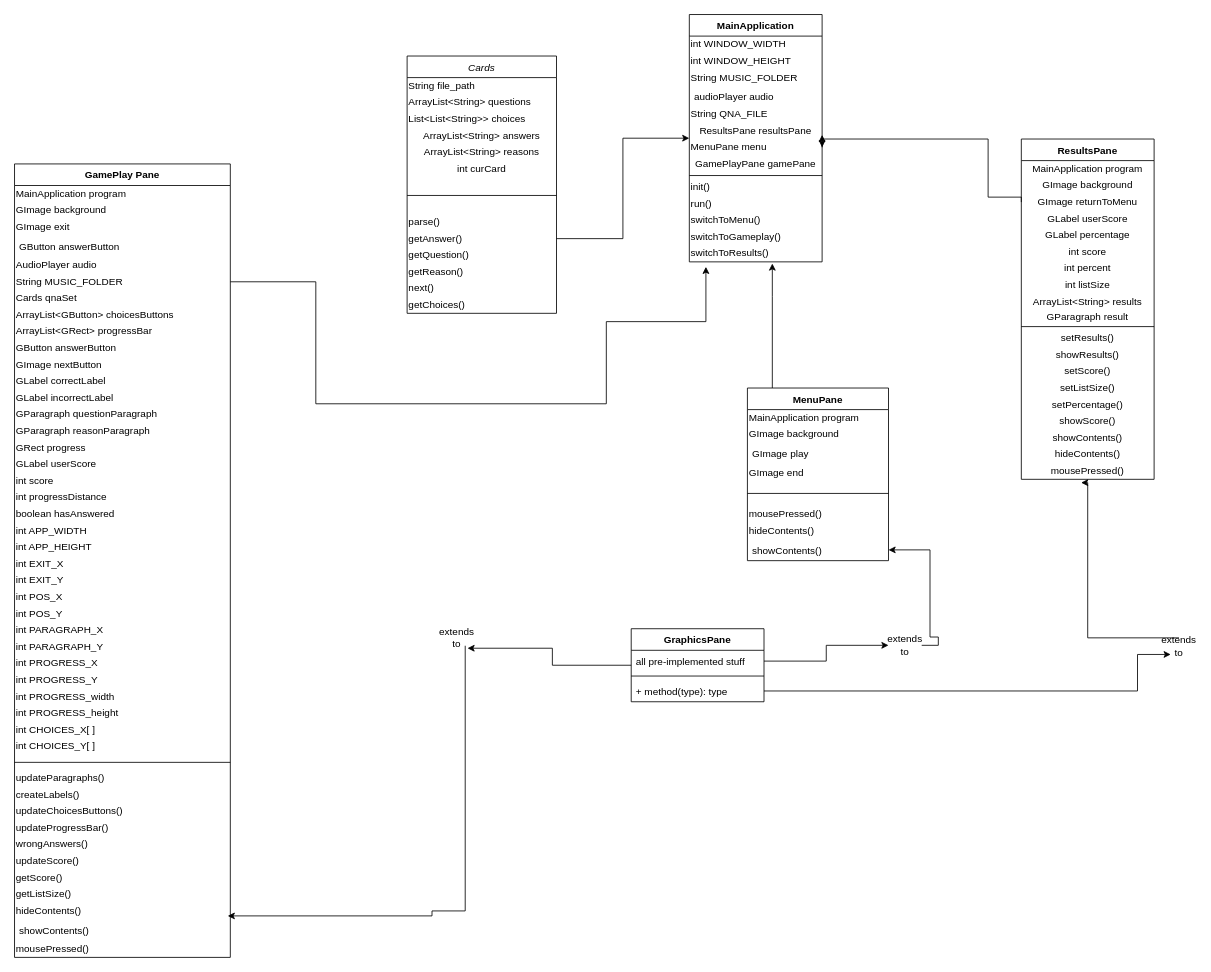
Earlier version of the draw.io diagram Untitled Diagram.drawio (Prot0ast/Repository-Name). Source tidied: cells renumbered, new cells numbered last; positions are measured from the earlier drawing's top-left corner, leaving out a move shared by most shapes. Both pictures are drawn from the tidied source at 83%, with x=0, y=0 at pixel (14, 14).
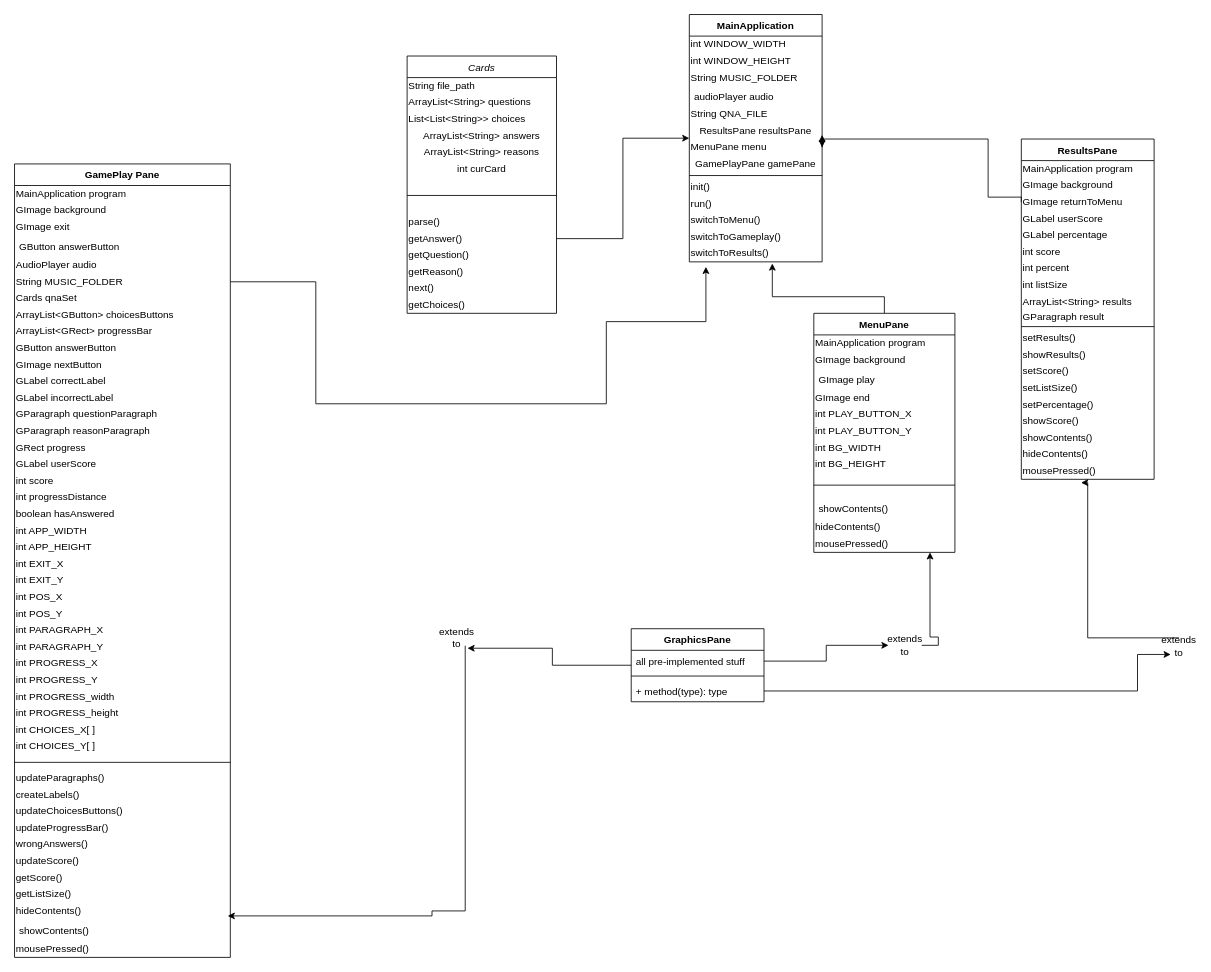
After the change.

Unchanged cells that the change refers to:
```xml
<mxCell id="99" value="extends to" style="text;html=1;strokeColor=none;fillColor=none;align=center;verticalAlign=middle;whiteSpace=wrap;rounded=0;" parent="1" vertex="1">
  <mxGeometry x="1053" y="750" width="40" height="20" as="geometry" />
</mxCell>
<mxCell id="101" value="ResultsPane" style="swimlane;fontStyle=1;align=center;verticalAlign=top;horizontal=1;startSize=26;" parent="1" vertex="1">
  <mxGeometry x="1213" y="150" width="160" height="410" as="geometry" />
</mxCell>
```

Change to the diagram source:
```diff
@@
     <mxCell id="17" value="MenuPane" style="swimlane;fontStyle=1;align=center;verticalAlign=top;horizontal=1;startSize=26;" parent="1" vertex="1">
-      <mxGeometry x="883" y="450" width="170" height="208" as="geometry" />
+      <mxGeometry x="963" y="360" width="170" height="288" as="geometry" />
     </mxCell>
@@
+    <mxCell id="126" value="&lt;div align=&quot;left&quot;&gt;int PLAY_BUTTON_X&lt;/div&gt;" style="text;html=1;strokeColor=none;fillColor=none;align=left;verticalAlign=middle;whiteSpace=wrap;rounded=0;" parent="17" vertex="1">
+      <mxGeometry y="112" width="170" height="20" as="geometry" />
+    </mxCell>
+    <mxCell id="127" value="&lt;div align=&quot;left&quot;&gt;int PLAY_BUTTON_Y&lt;/div&gt;" style="text;html=1;strokeColor=none;fillColor=none;align=left;verticalAlign=middle;whiteSpace=wrap;rounded=0;" parent="17" vertex="1">
+      <mxGeometry y="132" width="170" height="20" as="geometry" />
+    </mxCell>
+    <mxCell id="128" value="&lt;div align=&quot;left&quot;&gt;int BG_WIDTH&lt;/div&gt;" style="text;html=1;strokeColor=none;fillColor=none;align=left;verticalAlign=middle;whiteSpace=wrap;rounded=0;" parent="17" vertex="1">
+      <mxGeometry y="152" width="170" height="20" as="geometry" />
+    </mxCell>
+    <mxCell id="129" value="&lt;div align=&quot;left&quot;&gt;int BG_HEIGHT&lt;/div&gt;" style="text;html=1;strokeColor=none;fillColor=none;align=left;verticalAlign=middle;whiteSpace=wrap;rounded=0;" parent="17" vertex="1">
+      <mxGeometry y="172" width="170" height="20" as="geometry" />
+    </mxCell>
     <mxCell id="22" style="line;strokeWidth=1;fillColor=none;align=left;verticalAlign=middle;spacingTop=-1;spacingLeft=3;spacingRight=3;labelPosition=right;" parent="17" vertex="1">
-      <mxGeometry y="112" width="170" height="30" as="geometry" />
+      <mxGeometry y="192" width="170" height="30" as="geometry" />
     </mxCell>
+    <mxCell id="25" value="showContents()" style="text;strokeColor=none;fillColor=none;align=left;verticalAlign=top;spacingLeft=4;spacingRight=4;overflow=hidden;" parent="17" vertex="1">
+      <mxGeometry y="222" width="170" height="26" as="geometry" />
+    </mxCell>
+    <mxCell id="24" value="&lt;div align=&quot;left&quot;&gt;hideContents()&lt;/div&gt;" style="text;html=1;strokeColor=none;fillColor=none;align=left;verticalAlign=middle;whiteSpace=wrap;rounded=0;" parent="17" vertex="1">
+      <mxGeometry y="248" width="170" height="20" as="geometry" />
+    </mxCell>
     <mxCell id="23" value="&lt;div align=&quot;left&quot;&gt;mousePressed()&lt;/div&gt;" style="text;html=1;strokeColor=none;fillColor=none;align=left;verticalAlign=middle;whiteSpace=wrap;rounded=0;" parent="17" vertex="1">
-      <mxGeometry y="142" width="170" height="20" as="geometry" />
+      <mxGeometry y="268" width="170" height="20" as="geometry" />
     </mxCell>
-    <mxCell id="24" value="&lt;div align=&quot;left&quot;&gt;hideContents()&lt;/div&gt;" style="text;html=1;strokeColor=none;fillColor=none;align=left;verticalAlign=middle;whiteSpace=wrap;rounded=0;" parent="17" vertex="1">
-      <mxGeometry y="162" width="170" height="20" as="geometry" />
-    </mxCell>
-    <mxCell id="25" value="showContents()" style="text;strokeColor=none;fillColor=none;align=left;verticalAlign=top;spacingLeft=4;spacingRight=4;overflow=hidden;" parent="17" vertex="1">
-      <mxGeometry y="182" width="170" height="26" as="geometry" />
-    </mxCell>
@@
-    <mxCell id="96" style="edgeStyle=orthogonalEdgeStyle;rounded=0;jettySize=auto;html=1;exitX=1;exitY=0.5;exitDx=0;exitDy=0;" parent="1" edge="1" source="99">
+    <mxCell id="96" style="edgeStyle=orthogonalEdgeStyle;rounded=0;jettySize=auto;html=1;exitX=1;exitY=0.5;exitDx=0;exitDy=0;" parent="1" edge="1" source="99" target="23">
       <mxGeometry relative="1" as="geometry">
-        <mxPoint x="1053" y="645" as="targetPoint" />
         <Array as="points">
           <mxPoint x="1113" y="760" />
           <mxPoint x="1113" y="750" />
           <mxPoint x="1103" y="750" />
-          <mxPoint x="1103" y="645" />
         </Array>
       </mxGeometry>
     </mxCell>
@@
-    <mxCell id="102" value="MainApplication program" style="text;html=1;strokeColor=none;fillColor=none;align=center;verticalAlign=middle;whiteSpace=wrap;rounded=0;" parent="101" vertex="1">
+    <mxCell id="102" value="&lt;div align=&quot;left&quot;&gt;MainApplication program&lt;/div&gt;" style="text;html=1;strokeColor=none;fillColor=none;align=left;verticalAlign=middle;whiteSpace=wrap;rounded=0;" parent="101" vertex="1">
       <mxGeometry y="26" width="160" height="20" as="geometry" />
     </mxCell>
-    <mxCell id="103" value="GImage background" style="text;html=1;strokeColor=none;fillColor=none;align=center;verticalAlign=middle;whiteSpace=wrap;rounded=0;" parent="101" vertex="1">
+    <mxCell id="103" value="&lt;div align=&quot;left&quot;&gt;GImage background&lt;/div&gt;" style="text;html=1;strokeColor=none;fillColor=none;align=left;verticalAlign=middle;whiteSpace=wrap;rounded=0;" parent="101" vertex="1">
       <mxGeometry y="46" width="160" height="20" as="geometry" />
     </mxCell>
-    <mxCell id="104" value="GImage returnToMenu" style="text;html=1;strokeColor=none;fillColor=none;align=center;verticalAlign=middle;whiteSpace=wrap;rounded=0;" parent="101" vertex="1">
+    <mxCell id="104" value="&lt;div align=&quot;left&quot;&gt;GImage returnToMenu&lt;/div&gt;" style="text;html=1;strokeColor=none;fillColor=none;align=left;verticalAlign=middle;whiteSpace=wrap;rounded=0;" parent="101" vertex="1">
       <mxGeometry y="66" width="160" height="20" as="geometry" />
     </mxCell>
-    <mxCell id="105" value="GLabel userScore" style="text;html=1;strokeColor=none;fillColor=none;align=center;verticalAlign=middle;whiteSpace=wrap;rounded=0;" parent="101" vertex="1">
+    <mxCell id="105" value="&lt;div align=&quot;left&quot;&gt;GLabel userScore&lt;/div&gt;" style="text;html=1;strokeColor=none;fillColor=none;align=left;verticalAlign=middle;whiteSpace=wrap;rounded=0;" parent="101" vertex="1">
       <mxGeometry y="86" width="160" height="20" as="geometry" />
     </mxCell>
-    <mxCell id="106" value="GLabel percentage" style="text;html=1;strokeColor=none;fillColor=none;align=center;verticalAlign=middle;whiteSpace=wrap;rounded=0;" parent="101" vertex="1">
+    <mxCell id="106" value="&lt;div align=&quot;left&quot;&gt;GLabel percentage&lt;/div&gt;" style="text;html=1;strokeColor=none;fillColor=none;align=left;verticalAlign=middle;whiteSpace=wrap;rounded=0;" parent="101" vertex="1">
       <mxGeometry y="106" width="160" height="20" as="geometry" />
     </mxCell>
-    <mxCell id="107" value="int score" style="text;html=1;strokeColor=none;fillColor=none;align=center;verticalAlign=middle;whiteSpace=wrap;rounded=0;" parent="101" vertex="1">
+    <mxCell id="107" value="&lt;div align=&quot;left&quot;&gt;int score&lt;/div&gt;" style="text;html=1;strokeColor=none;fillColor=none;align=left;verticalAlign=middle;whiteSpace=wrap;rounded=0;" parent="101" vertex="1">
       <mxGeometry y="126" width="160" height="20" as="geometry" />
     </mxCell>
-    <mxCell id="108" value="int percent" style="text;html=1;strokeColor=none;fillColor=none;align=center;verticalAlign=middle;whiteSpace=wrap;rounded=0;" parent="101" vertex="1">
+    <mxCell id="108" value="&lt;div align=&quot;left&quot;&gt;int percent&lt;/div&gt;" style="text;html=1;strokeColor=none;fillColor=none;align=left;verticalAlign=middle;whiteSpace=wrap;rounded=0;" parent="101" vertex="1">
       <mxGeometry y="146" width="160" height="20" as="geometry" />
     </mxCell>
-    <mxCell id="109" value="int listSize" style="text;html=1;strokeColor=none;fillColor=none;align=center;verticalAlign=middle;whiteSpace=wrap;rounded=0;" parent="101" vertex="1">
+    <mxCell id="109" value="&lt;div align=&quot;left&quot;&gt;int listSize&lt;/div&gt;" style="text;html=1;strokeColor=none;fillColor=none;align=left;verticalAlign=middle;whiteSpace=wrap;rounded=0;" parent="101" vertex="1">
       <mxGeometry y="166" width="160" height="20" as="geometry" />
     </mxCell>
-    <mxCell id="110" value="ArrayList&amp;lt;String&amp;gt; results" style="text;html=1;strokeColor=none;fillColor=none;align=center;verticalAlign=middle;whiteSpace=wrap;rounded=0;" parent="101" vertex="1">
+    <mxCell id="110" value="&lt;div align=&quot;left&quot;&gt;ArrayList&amp;lt;String&amp;gt; results&lt;/div&gt;" style="text;html=1;strokeColor=none;fillColor=none;align=left;verticalAlign=middle;whiteSpace=wrap;rounded=0;" parent="101" vertex="1">
       <mxGeometry y="186" width="160" height="20" as="geometry" />
     </mxCell>
-    <mxCell id="111" value="GParagraph result" style="text;html=1;strokeColor=none;fillColor=none;align=center;verticalAlign=middle;whiteSpace=wrap;rounded=0;" parent="101" vertex="1">
+    <mxCell id="111" value="&lt;div align=&quot;left&quot;&gt;GParagraph result&lt;/div&gt;" style="text;html=1;strokeColor=none;fillColor=none;align=left;verticalAlign=middle;whiteSpace=wrap;rounded=0;" parent="101" vertex="1">
       <mxGeometry y="206" width="160" height="16" as="geometry" />
     </mxCell>
@@
-    <mxCell id="113" value="setResults()" style="text;html=1;strokeColor=none;fillColor=none;align=center;verticalAlign=middle;whiteSpace=wrap;rounded=0;" parent="101" vertex="1">
+    <mxCell id="113" value="&lt;div align=&quot;left&quot;&gt;setResults()&lt;/div&gt;" style="text;html=1;strokeColor=none;fillColor=none;align=left;verticalAlign=middle;whiteSpace=wrap;rounded=0;" parent="101" vertex="1">
       <mxGeometry y="230" width="160" height="20" as="geometry" />
     </mxCell>
-    <mxCell id="114" value="showResults()" style="text;html=1;strokeColor=none;fillColor=none;align=center;verticalAlign=middle;whiteSpace=wrap;rounded=0;" parent="101" vertex="1">
+    <mxCell id="114" value="&lt;div align=&quot;left&quot;&gt;showResults()&lt;/div&gt;" style="text;html=1;strokeColor=none;fillColor=none;align=left;verticalAlign=middle;whiteSpace=wrap;rounded=0;" parent="101" vertex="1">
       <mxGeometry y="250" width="160" height="20" as="geometry" />
     </mxCell>
-    <mxCell id="115" value="setScore()" style="text;html=1;strokeColor=none;fillColor=none;align=center;verticalAlign=middle;whiteSpace=wrap;rounded=0;" parent="101" vertex="1">
+    <mxCell id="115" value="&lt;div align=&quot;left&quot;&gt;setScore()&lt;/div&gt;" style="text;html=1;strokeColor=none;fillColor=none;align=left;verticalAlign=middle;whiteSpace=wrap;rounded=0;" parent="101" vertex="1">
       <mxGeometry y="270" width="160" height="20" as="geometry" />
     </mxCell>
-    <mxCell id="116" value="setListSize()" style="text;html=1;strokeColor=none;fillColor=none;align=center;verticalAlign=middle;whiteSpace=wrap;rounded=0;" parent="101" vertex="1">
+    <mxCell id="116" value="&lt;div align=&quot;left&quot;&gt;setListSize()&lt;/div&gt;" style="text;html=1;strokeColor=none;fillColor=none;align=left;verticalAlign=middle;whiteSpace=wrap;rounded=0;" parent="101" vertex="1">
       <mxGeometry y="290" width="160" height="20" as="geometry" />
     </mxCell>
-    <mxCell id="117" value="setPercentage()" style="text;html=1;strokeColor=none;fillColor=none;align=center;verticalAlign=middle;whiteSpace=wrap;rounded=0;" parent="101" vertex="1">
+    <mxCell id="117" value="&lt;div align=&quot;left&quot;&gt;setPercentage()&lt;/div&gt;" style="text;html=1;strokeColor=none;fillColor=none;align=left;verticalAlign=middle;whiteSpace=wrap;rounded=0;" parent="101" vertex="1">
       <mxGeometry y="310" width="160" height="20" as="geometry" />
     </mxCell>
-    <mxCell id="118" value="showScore()" style="text;html=1;strokeColor=none;fillColor=none;align=center;verticalAlign=middle;whiteSpace=wrap;rounded=0;" parent="101" vertex="1">
+    <mxCell id="118" value="&lt;div align=&quot;left&quot;&gt;showScore()&lt;/div&gt;" style="text;html=1;strokeColor=none;fillColor=none;align=left;verticalAlign=middle;whiteSpace=wrap;rounded=0;" parent="101" vertex="1">
       <mxGeometry y="330" width="160" height="20" as="geometry" />
     </mxCell>
-    <mxCell id="119" value="showContents()" style="text;html=1;strokeColor=none;fillColor=none;align=center;verticalAlign=middle;whiteSpace=wrap;rounded=0;" parent="101" vertex="1">
+    <mxCell id="119" value="&lt;div align=&quot;left&quot;&gt;showContents()&lt;/div&gt;" style="text;html=1;strokeColor=none;fillColor=none;align=left;verticalAlign=middle;whiteSpace=wrap;rounded=0;" parent="101" vertex="1">
       <mxGeometry y="350" width="160" height="20" as="geometry" />
     </mxCell>
-    <mxCell id="120" value="hideContents()" style="text;html=1;strokeColor=none;fillColor=none;align=center;verticalAlign=middle;whiteSpace=wrap;rounded=0;" parent="101" vertex="1">
+    <mxCell id="120" value="&lt;div align=&quot;left&quot;&gt;hideContents()&lt;/div&gt;" style="text;html=1;strokeColor=none;fillColor=none;align=left;verticalAlign=middle;whiteSpace=wrap;rounded=0;" parent="101" vertex="1">
       <mxGeometry y="370" width="160" height="20" as="geometry" />
     </mxCell>
-    <mxCell id="121" value="mousePressed()" style="text;html=1;strokeColor=none;fillColor=none;align=center;verticalAlign=middle;whiteSpace=wrap;rounded=0;" parent="101" vertex="1">
+    <mxCell id="121" value="&lt;div align=&quot;left&quot;&gt;mousePressed()&lt;/div&gt;" style="text;html=1;strokeColor=none;fillColor=none;align=left;verticalAlign=middle;whiteSpace=wrap;rounded=0;" parent="101" vertex="1">
       <mxGeometry y="390" width="160" height="20" as="geometry" />
     </mxCell>
```
